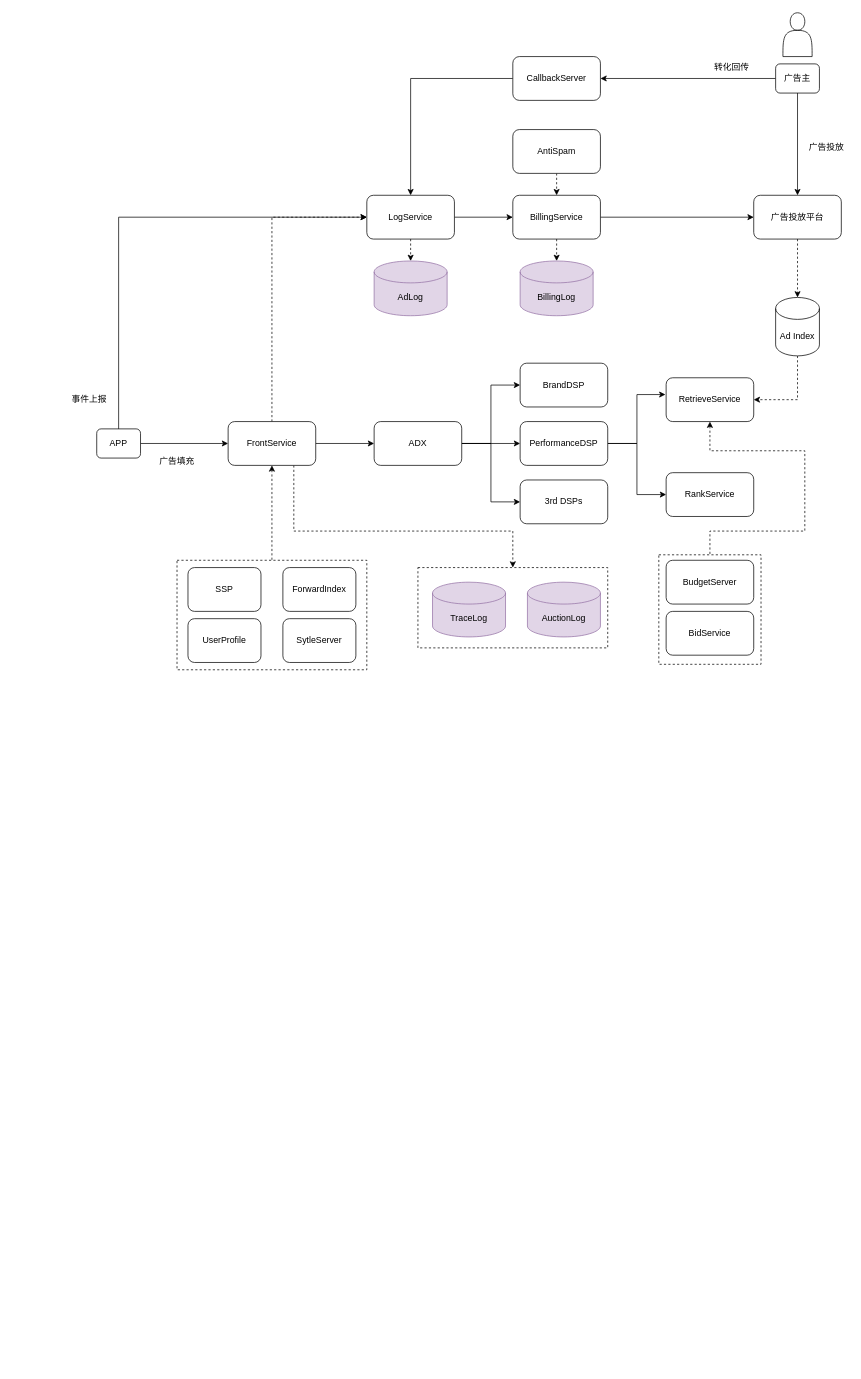
This is ad_system_lite.drawio from ZiqingYip/moment, a draw.io file, before an edit. Source tidied: cells renumbered, new cells numbered last; positions are measured from the earlier drawing's top-left corner, leaving out a move shared by most shapes. Both pictures are drawn from the tidied source at 73%, with x=0, y=0 at pixel (67, 12). Pictures stored in the file or linked from it are replaced by grey dashed boxes.
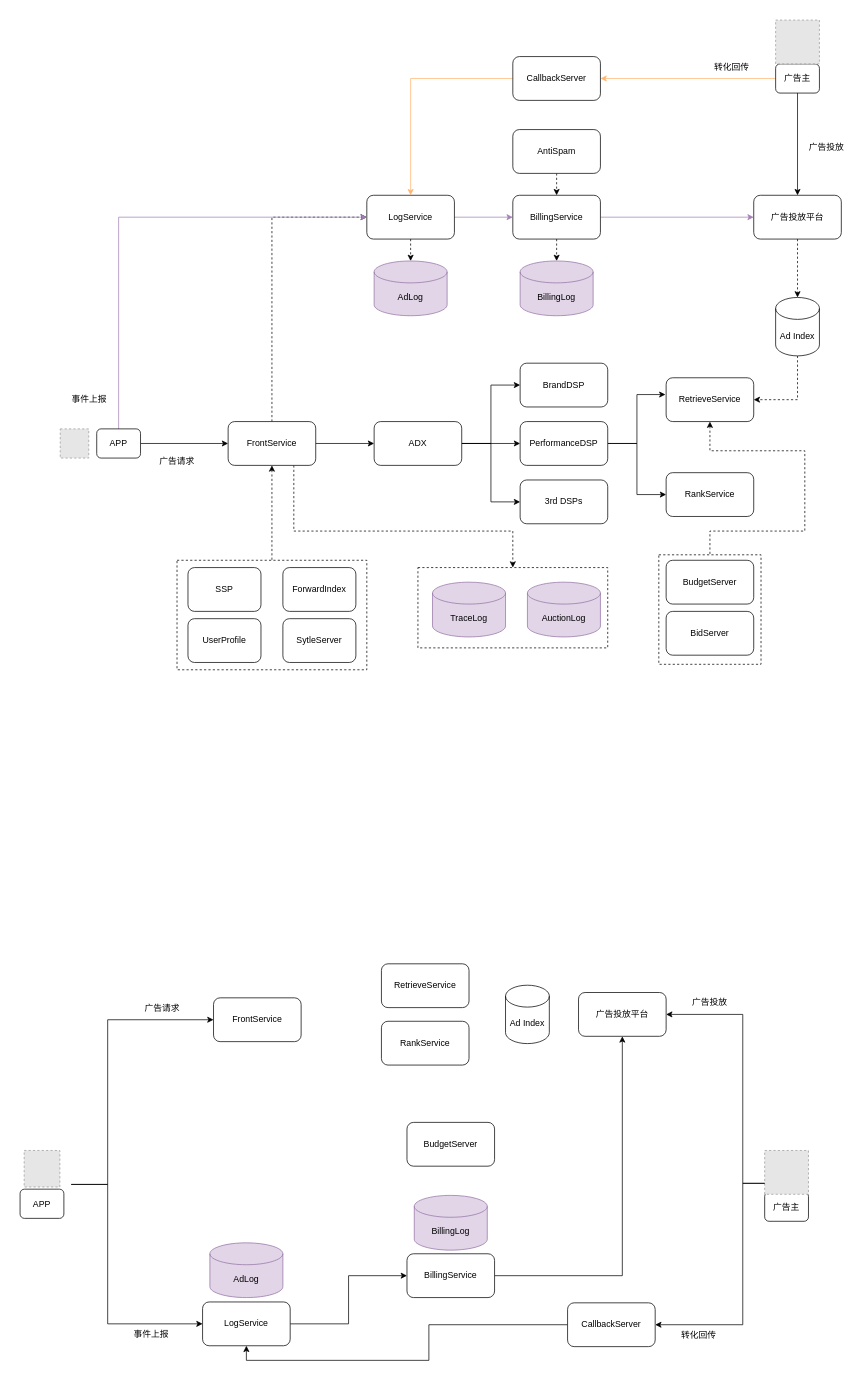
Above is the later version.

Unchanged cells that the change refers to:
```xml
<mxCell id="14" value="LogService" style="rounded=1;whiteSpace=wrap;html=1;" parent="1" vertex="1">
  <mxGeometry x="410" y="250" width="120" height="60" as="geometry" />
</mxCell>
<mxCell id="17" value="BillingService" style="rounded=1;whiteSpace=wrap;html=1;" parent="1" vertex="1">
  <mxGeometry x="610" y="250" width="120" height="60" as="geometry" />
</mxCell>
<mxCell id="38" value="APP" style="rounded=1;whiteSpace=wrap;html=1;" parent="1" vertex="1">
  <mxGeometry x="40" y="570" width="60" height="40" as="geometry" />
</mxCell>
<mxCell id="44" value="广告投放平台" style="rounded=1;whiteSpace=wrap;html=1;" parent="1" vertex="1">
  <mxGeometry x="940" y="250" width="120" height="60" as="geometry" />
</mxCell>
<mxCell id="48" value="广告主" style="rounded=1;whiteSpace=wrap;html=1;" parent="1" vertex="1">
  <mxGeometry x="970" y="70" width="60" height="40" as="geometry" />
</mxCell>
<mxCell id="54" value="CallbackServer" style="rounded=1;whiteSpace=wrap;html=1;" parent="1" vertex="1">
  <mxGeometry x="610" y="60" width="120" height="60" as="geometry" />
</mxCell>
```

What changed in the source:
```diff
@@
+    <mxCell id="50" style="rounded=0;whiteSpace=wrap;html=1;fillColor=none;dashed=1;" parent="1" vertex="1">
+      <mxGeometry x="810" y="742.5" width="140" height="150" as="geometry" />
+    </mxCell>
@@
-    <mxCell id="12" style="edgeStyle=orthogonalEdgeStyle;rounded=0;jettySize=auto;html=1;exitX=1;exitY=0.5;exitDx=0;exitDy=0;entryX=0;entryY=0.5;entryDx=0;entryDy=0;" parent="1" edge="1" source="14" target="17">
+    <mxCell id="12" style="edgeStyle=orthogonalEdgeStyle;rounded=0;jettySize=auto;html=1;exitX=1;exitY=0.5;exitDx=0;exitDy=0;entryX=0;entryY=0.5;entryDx=0;entryDy=0;strokeColor=#A680B8;" parent="1" edge="1" source="14" target="17">
       <mxGeometry relative="1" as="geometry" />
     </mxCell>
@@
-    <mxCell id="15" style="edgeStyle=orthogonalEdgeStyle;rounded=0;jettySize=auto;html=1;exitX=1;exitY=0.5;exitDx=0;exitDy=0;entryX=0;entryY=0.5;entryDx=0;entryDy=0;" parent="1" edge="1" source="17" target="44">
+    <mxCell id="15" style="edgeStyle=orthogonalEdgeStyle;rounded=0;jettySize=auto;html=1;exitX=1;exitY=0.5;exitDx=0;exitDy=0;entryX=0;entryY=0.5;entryDx=0;entryDy=0;strokeColor=#A680B8;" parent="1" edge="1" source="17" target="44">
       <mxGeometry relative="1" as="geometry" />
     </mxCell>
@@
-    <mxCell id="32" value="BidService" style="rounded=1;whiteSpace=wrap;html=1;" parent="1" vertex="1">
+    <mxCell id="32" value="BidServer" style="rounded=1;whiteSpace=wrap;html=1;" parent="1" vertex="1">
       <mxGeometry x="820" y="820" width="120" height="60" as="geometry" />
     </mxCell>
@@
-    <mxCell id="37" style="edgeStyle=orthogonalEdgeStyle;rounded=0;jettySize=auto;html=1;exitX=0.5;exitY=0;exitDx=0;exitDy=0;entryX=0;entryY=0.5;entryDx=0;entryDy=0;" parent="1" edge="1" source="38" target="14">
+    <mxCell id="37" style="edgeStyle=orthogonalEdgeStyle;rounded=0;jettySize=auto;html=1;exitX=0.5;exitY=0;exitDx=0;exitDy=0;entryX=0;entryY=0.5;entryDx=0;entryDy=0;strokeColor=#A680B8;" parent="1" edge="1" source="38" target="14">
       <mxGeometry relative="1" as="geometry" />
     </mxCell>
@@
-    <mxCell id="45" style="shape=actor;whiteSpace=wrap;html=1;" parent="1" vertex="1">
-      <mxGeometry x="980" width="40" height="60" as="geometry" />
-    </mxCell>
@@
-    <mxCell id="47" style="edgeStyle=orthogonalEdgeStyle;rounded=0;jettySize=auto;html=1;exitX=0;exitY=0.5;exitDx=0;exitDy=0;startArrow=none;startFill=0;endArrow=classic;endFill=1;entryX=1;entryY=0.5;entryDx=0;entryDy=0;" parent="1" edge="1" source="48" target="54">
+    <mxCell id="47" style="edgeStyle=orthogonalEdgeStyle;rounded=0;jettySize=auto;html=1;exitX=0;exitY=0.5;exitDx=0;exitDy=0;startArrow=none;startFill=0;endArrow=classic;endFill=1;entryX=1;entryY=0.5;entryDx=0;entryDy=0;strokeColor=#FFB570;" parent="1" edge="1" source="48" target="54">
       <mxGeometry relative="1" as="geometry" />
     </mxCell>
@@
-    <mxCell id="50" style="rounded=0;whiteSpace=wrap;html=1;fillColor=none;dashed=1;" parent="1" vertex="1">
-      <mxGeometry x="810" y="742.5" width="140" height="150" as="geometry" />
-    </mxCell>
-    <mxCell id="51" value="广告填充" style="text;html=1;strokeColor=none;fillColor=none;align=center;verticalAlign=middle;whiteSpace=wrap;rounded=0;dashed=1;" parent="1" vertex="1">
+    <mxCell id="51" value="广告请求" style="text;html=1;strokeColor=none;fillColor=none;align=center;verticalAlign=middle;whiteSpace=wrap;rounded=0;dashed=1;" parent="1" vertex="1">
       <mxGeometry x="120" y="600" width="60" height="30" as="geometry" />
     </mxCell>
@@
-    <mxCell id="53" style="edgeStyle=orthogonalEdgeStyle;rounded=0;jettySize=auto;html=1;exitX=0;exitY=0.5;exitDx=0;exitDy=0;entryX=0.5;entryY=0;entryDx=0;entryDy=0;startArrow=none;startFill=0;endArrow=classic;endFill=1;" parent="1" edge="1" source="54" target="14">
+    <mxCell id="53" style="edgeStyle=orthogonalEdgeStyle;rounded=0;jettySize=auto;html=1;exitX=0;exitY=0.5;exitDx=0;exitDy=0;entryX=0.5;entryY=0;entryDx=0;entryDy=0;startArrow=none;startFill=0;endArrow=classic;endFill=1;strokeColor=#FFB570;" parent="1" edge="1" source="54" target="14">
       <mxGeometry relative="1" as="geometry" />
     </mxCell>
@@
+    <mxCell id="57" style="fillColor=#E6E6E6;strokeColor=#999999;dashed=1;verticalLabelPosition=bottom;labelBackgroundColor=default;verticalAlign=top;" parent="1" vertex="1">
+      <mxGeometry x="970" y="10" width="60" height="60" as="geometry" />
+    </mxCell>
+    <mxCell id="58" style="fillColor=#E6E6E6;strokeColor=#999999;dashed=1;verticalLabelPosition=bottom;labelBackgroundColor=default;verticalAlign=top;" parent="1" vertex="1">
+      <mxGeometry x="-10" y="570" width="39.1" height="40" as="geometry" />
+    </mxCell>
+    <mxCell id="59" style="group;" parent="1" vertex="1">
+      <mxGeometry x="-65" y="1558.5" width="70" height="103" as="geometry" />
+    </mxCell>
+    <mxCell id="60" style="fillColor=#E6E6E6;strokeColor=#999999;dashed=1;verticalLabelPosition=bottom;labelBackgroundColor=default;verticalAlign=top;" parent="59" vertex="1">
+      <mxGeometry x="5.6" width="48.9" height="50" as="geometry" />
+    </mxCell>
+    <mxCell id="61" value="APP" style="rounded=1;whiteSpace=wrap;html=1;" parent="59" vertex="1">
+      <mxGeometry y="53" width="60" height="40" as="geometry" />
+    </mxCell>
+    <mxCell id="62" style="rounded=0;whiteSpace=wrap;html=1;fillColor=none;strokeColor=none;" parent="59" vertex="1">
+      <mxGeometry x="-10" y="-10" width="80" height="113" as="geometry" />
+    </mxCell>
+    <mxCell id="63" style="group;" parent="1" vertex="1">
+      <mxGeometry x="955" y="1558.5" width="60" height="97" as="geometry" />
+    </mxCell>
+    <mxCell id="64" value="广告主" style="rounded=1;whiteSpace=wrap;html=1;" parent="63" vertex="1">
+      <mxGeometry y="57" width="60" height="40" as="geometry" />
+    </mxCell>
+    <mxCell id="65" style="fillColor=#E6E6E6;strokeColor=#999999;dashed=1;verticalLabelPosition=bottom;labelBackgroundColor=default;verticalAlign=top;" parent="63" vertex="1">
+      <mxGeometry width="60" height="60" as="geometry" />
+    </mxCell>
+    <mxCell id="66" value="FrontService" style="rounded=1;whiteSpace=wrap;html=1;" parent="1" vertex="1">
+      <mxGeometry x="200" y="1349.4" width="120" height="60" as="geometry" />
+    </mxCell>
+    <mxCell id="67" style="edgeStyle=orthogonalEdgeStyle;rounded=0;jettySize=auto;html=1;exitX=1;exitY=0.5;exitDx=0;exitDy=0;entryX=0;entryY=0.5;entryDx=0;entryDy=0;strokeColor=#000000;" parent="1" edge="1" source="68" target="81">
+      <mxGeometry relative="1" as="geometry" />
+    </mxCell>
+    <mxCell id="68" value="LogService" style="rounded=1;whiteSpace=wrap;html=1;" parent="1" vertex="1">
+      <mxGeometry x="185" y="1766" width="120" height="60" as="geometry" />
+    </mxCell>
+    <mxCell id="69" style="edgeStyle=orthogonalEdgeStyle;rounded=0;jettySize=auto;html=1;exitX=1;exitY=0.5;exitDx=0;exitDy=0;strokeColor=#000000;entryX=0;entryY=0.5;entryDx=0;entryDy=0;" parent="1" edge="1" source="62" target="66">
+      <mxGeometry relative="1" as="geometry">
+        <Array as="points">
+          <mxPoint x="55" y="1605" />
+          <mxPoint x="55" y="1379" />
+        </Array>
+      </mxGeometry>
+    </mxCell>
+    <mxCell id="70" style="edgeStyle=orthogonalEdgeStyle;rounded=0;jettySize=auto;html=1;exitX=1;exitY=0.5;exitDx=0;exitDy=0;entryX=0;entryY=0.5;entryDx=0;entryDy=0;strokeColor=#000000;" parent="1" edge="1" source="62" target="68">
+      <mxGeometry relative="1" as="geometry">
+        <Array as="points">
+          <mxPoint x="55" y="1605" />
+          <mxPoint x="55" y="1796" />
+        </Array>
+      </mxGeometry>
+    </mxCell>
+    <mxCell id="71" value="事件上报" style="text;html=1;strokeColor=none;fillColor=none;align=center;verticalAlign=middle;whiteSpace=wrap;rounded=0;dashed=1;" parent="1" vertex="1">
+      <mxGeometry x="85" y="1796" width="60" height="30" as="geometry" />
+    </mxCell>
+    <mxCell id="72" value="广告请求" style="text;html=1;strokeColor=none;fillColor=none;align=center;verticalAlign=middle;whiteSpace=wrap;rounded=0;dashed=1;" parent="1" vertex="1">
+      <mxGeometry x="100" y="1349.4" width="60" height="30" as="geometry" />
+    </mxCell>
+    <mxCell id="73" value="广告投放平台" style="rounded=1;whiteSpace=wrap;html=1;" parent="1" vertex="1">
+      <mxGeometry x="700" y="1342.1" width="120" height="60" as="geometry" />
+    </mxCell>
+    <mxCell id="74" style="edgeStyle=orthogonalEdgeStyle;rounded=0;jettySize=auto;html=1;exitX=0;exitY=0.5;exitDx=0;exitDy=0;entryX=0.5;entryY=1;entryDx=0;entryDy=0;strokeColor=#000000;" parent="1" edge="1" source="75" target="68">
+      <mxGeometry relative="1" as="geometry" />
+    </mxCell>
+    <mxCell id="75" value="CallbackServer" style="rounded=1;whiteSpace=wrap;html=1;" parent="1" vertex="1">
+      <mxGeometry x="685" y="1767.2" width="120" height="60" as="geometry" />
+    </mxCell>
+    <mxCell id="76" style="edgeStyle=orthogonalEdgeStyle;rounded=0;jettySize=auto;html=1;exitX=0;exitY=0.75;exitDx=0;exitDy=0;entryX=1;entryY=0.5;entryDx=0;entryDy=0;strokeColor=#000000;" parent="1" edge="1" source="65" target="73">
+      <mxGeometry relative="1" as="geometry">
+        <Array as="points">
+          <mxPoint x="925" y="1604" />
+          <mxPoint x="925" y="1372" />
+        </Array>
+      </mxGeometry>
+    </mxCell>
+    <mxCell id="77" style="edgeStyle=orthogonalEdgeStyle;rounded=0;jettySize=auto;html=1;exitX=0;exitY=0.75;exitDx=0;exitDy=0;entryX=1;entryY=0.5;entryDx=0;entryDy=0;strokeColor=#000000;" parent="1" edge="1" source="65" target="75">
+      <mxGeometry relative="1" as="geometry">
+        <Array as="points">
+          <mxPoint x="925" y="1604" />
+          <mxPoint x="925" y="1797" />
+        </Array>
+      </mxGeometry>
+    </mxCell>
+    <mxCell id="78" value="广告投放" style="text;html=1;strokeColor=none;fillColor=none;align=center;verticalAlign=middle;whiteSpace=wrap;rounded=0;dashed=1;" parent="1" vertex="1">
+      <mxGeometry x="850" y="1340.9" width="60" height="30" as="geometry" />
+    </mxCell>
+    <mxCell id="79" value="转化回传" style="text;html=1;strokeColor=none;fillColor=none;align=center;verticalAlign=middle;whiteSpace=wrap;rounded=0;dashed=1;" parent="1" vertex="1">
+      <mxGeometry x="835" y="1797.2" width="60" height="30" as="geometry" />
+    </mxCell>
+    <mxCell id="80" style="edgeStyle=orthogonalEdgeStyle;rounded=0;jettySize=auto;html=1;exitX=1;exitY=0.5;exitDx=0;exitDy=0;entryX=0.5;entryY=1;entryDx=0;entryDy=0;strokeColor=#000000;" parent="1" edge="1" source="81" target="73">
+      <mxGeometry relative="1" as="geometry" />
+    </mxCell>
+    <mxCell id="81" value="BillingService" style="rounded=1;whiteSpace=wrap;html=1;" parent="1" vertex="1">
+      <mxGeometry x="465" y="1700" width="120" height="60" as="geometry" />
+    </mxCell>
+    <mxCell id="82" value="AdLog" style="shape=cylinder3;whiteSpace=wrap;html=1;boundedLbl=1;backgroundOutline=1;size=15;fillColor=#e1d5e7;strokeColor=#9673a6;" parent="1" vertex="1">
+      <mxGeometry x="195" y="1685" width="100" height="75" as="geometry" />
+    </mxCell>
+    <mxCell id="83" value="BillingLog" style="shape=cylinder3;whiteSpace=wrap;html=1;boundedLbl=1;backgroundOutline=1;size=15;fillColor=#e1d5e7;strokeColor=#9673a6;" parent="1" vertex="1">
+      <mxGeometry x="475" y="1620" width="100" height="75" as="geometry" />
+    </mxCell>
+    <mxCell id="84" value="BudgetServer" style="rounded=1;whiteSpace=wrap;html=1;" parent="1" vertex="1">
+      <mxGeometry x="465" y="1520" width="120" height="60" as="geometry" />
+    </mxCell>
+    <mxCell id="85" value="Ad Index" style="shape=cylinder3;whiteSpace=wrap;html=1;boundedLbl=1;backgroundOutline=1;size=15;" parent="1" vertex="1">
+      <mxGeometry x="600" y="1332.1" width="60" height="80" as="geometry" />
+    </mxCell>
+    <mxCell id="86" value="RetrieveService" style="rounded=1;whiteSpace=wrap;html=1;" parent="1" vertex="1">
+      <mxGeometry x="430" y="1302.8" width="120" height="60" as="geometry" />
+    </mxCell>
+    <mxCell id="87" value="RankService" style="rounded=1;whiteSpace=wrap;html=1;" parent="1" vertex="1">
+      <mxGeometry x="430" y="1381.5" width="120" height="60" as="geometry" />
+    </mxCell>
```
